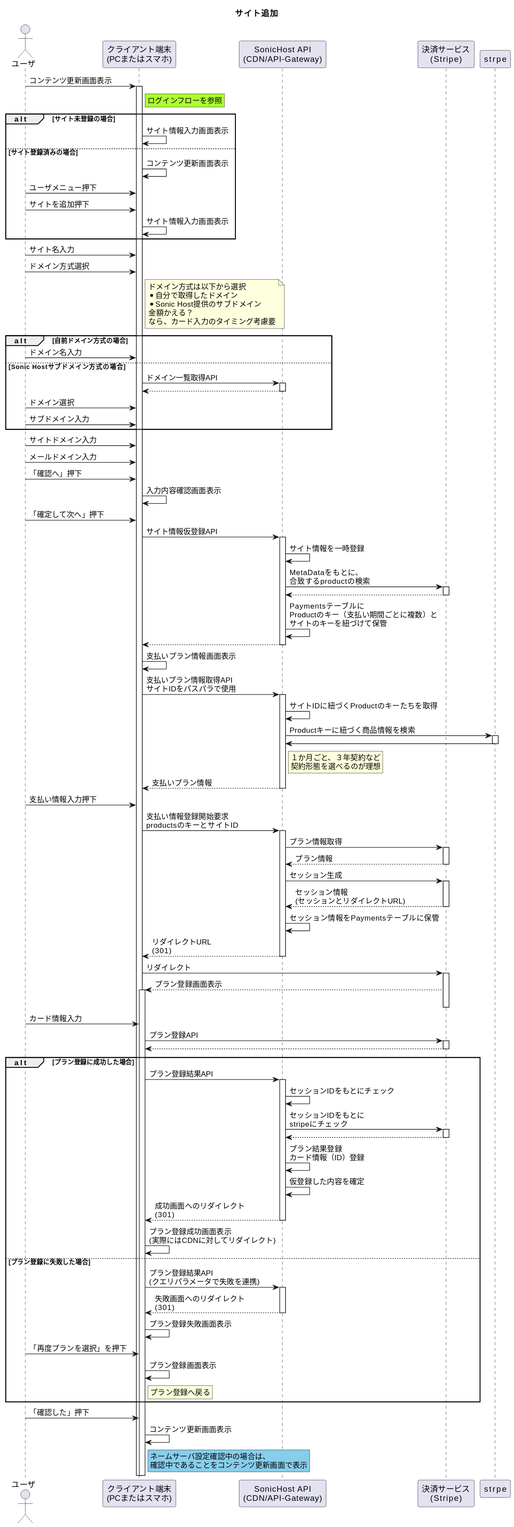
Above: 01_Sequences/03_SiteRegistration/01_AddSite/addSiteFlow.svg in Sonic-Host/documents (PlantUML), before the change.
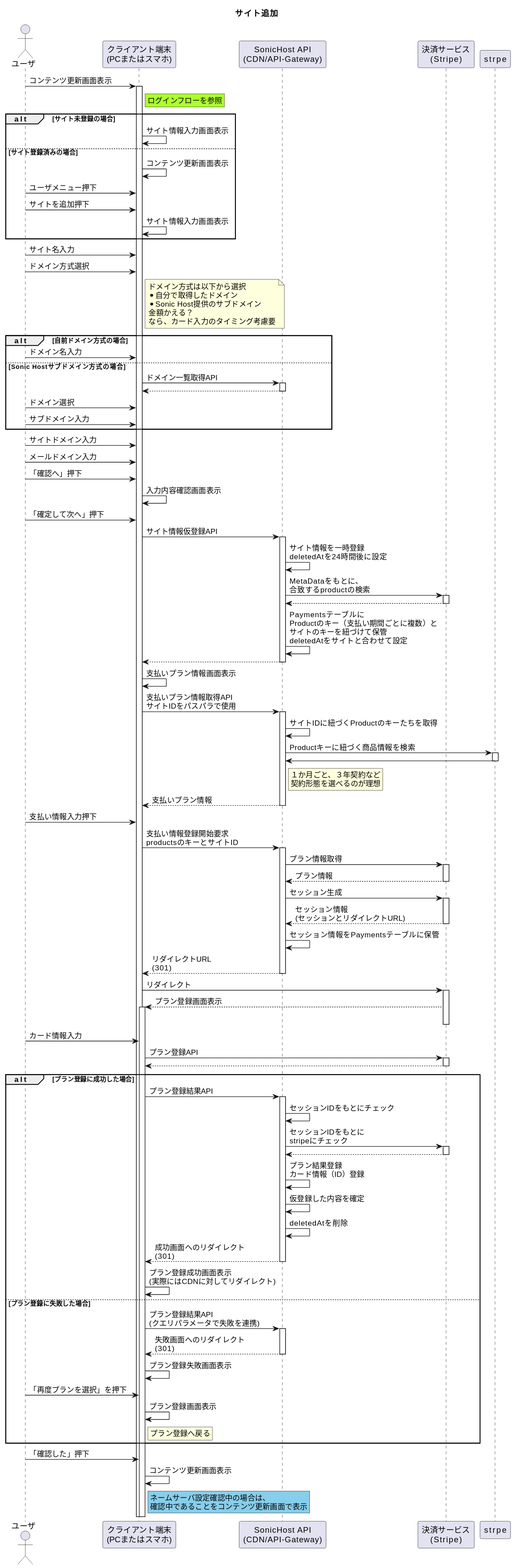
Above is the later version.

What changed in the source:
```diff
@@ -43,10 +43,10 @@
 
 user -> device : 「確定して次へ」押下
 device -> api ++ : サイト情報仮登録API
-api -> api  : サイト情報を一時登録
+api -> api  : サイト情報を一時登録\ndeletedAtを24時間後に設定
 api -> stripe ++ : MetaDataをもとに、\n合致するproductの検索
 api <-- stripe --
-api -> api : Paymentsテーブルに\nProductのキー（支払い期間ごとに複数）と\nサイトのキーを紐づけて保管
+api -> api : Paymentsテーブルに\nProductのキー（支払い期間ごとに複数）と\nサイトのキーを紐づけて保管\ndeletedAtをサイトと合わせて設定
 device <-- api --
 device -> device : 支払いプラン情報画面表示
 device -> api ++ : 支払いプラン情報取得API\nサイトIDをパスパラで使用
@@ -78,6 +78,7 @@
     api <-- stripe --
     api -> api : プラン結果登録\nカード情報（ID）登録
     api -> api : 仮登録した内容を確定
+    api -> api : deletedAtを削除
     device <-- api -- : 成功画面へのリダイレクト\n(301)
     device -> device : プラン登録成功画面表示\n(実際にはCDNに対してリダイレクト)
 else プラン登録に失敗した場合
```
